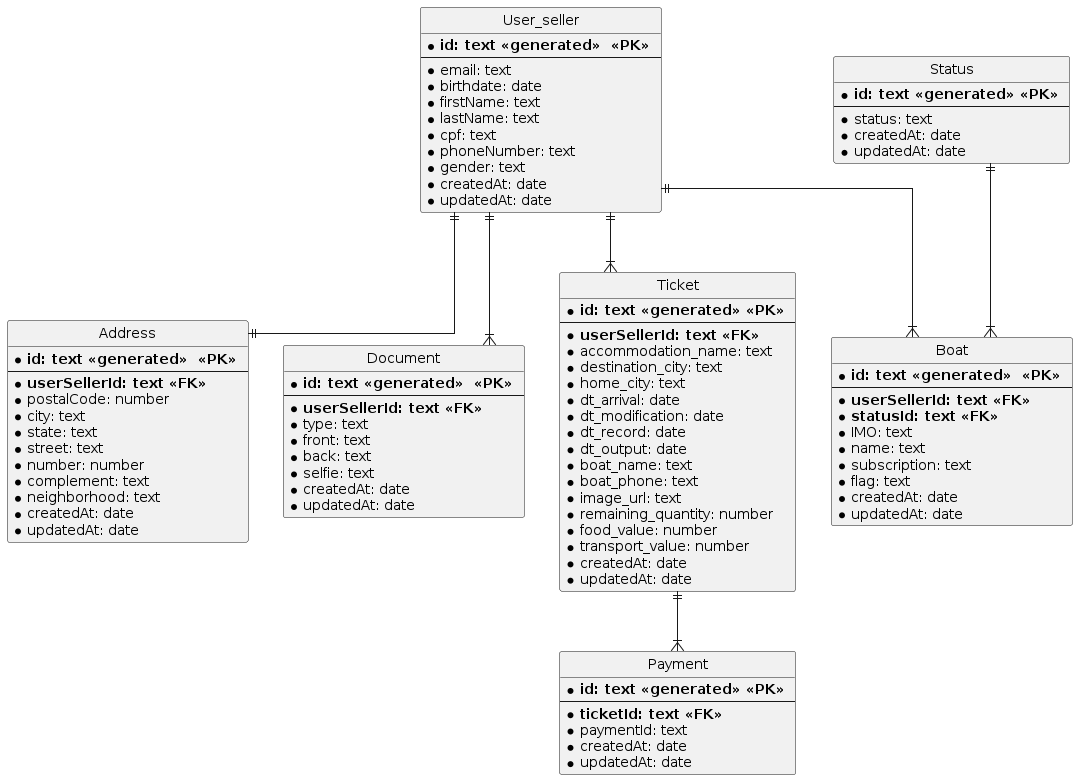
Earlier version of the PlantUML export docs/MER-diagram/unknow-ER.png (LucianoAjs/ticketsam).
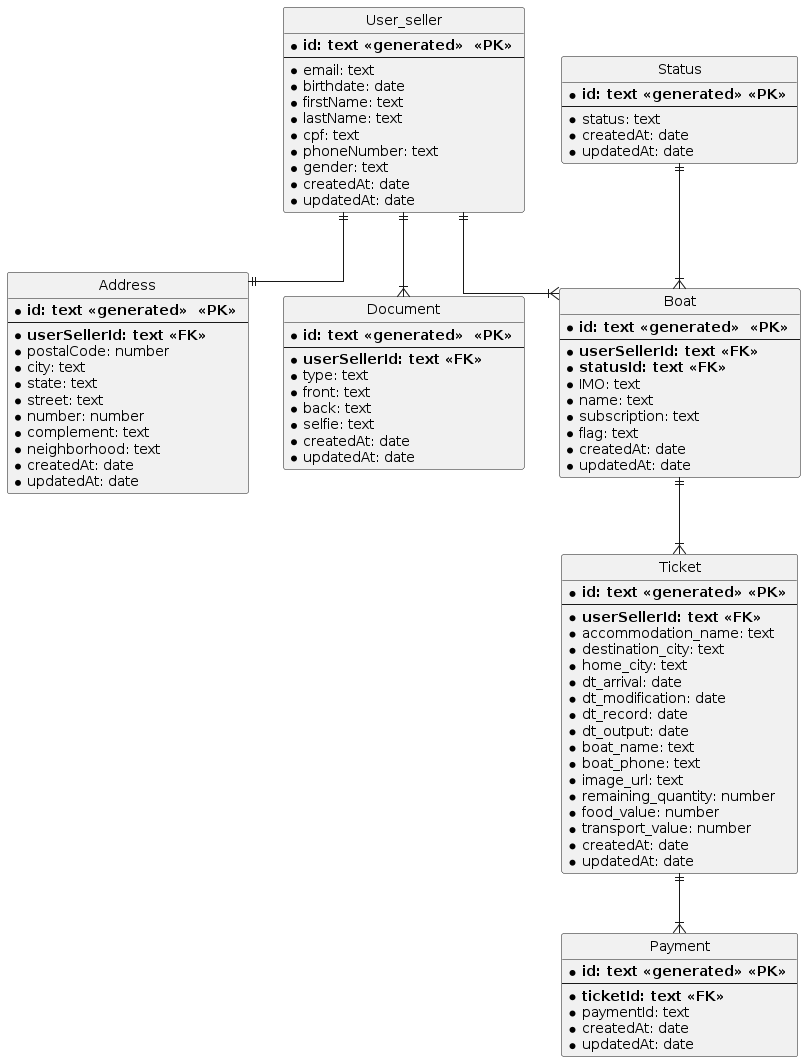
The same file after the commit.

Change to the diagram source:
```diff
@@ -99,8 +99,8 @@
 
 userSeller ||--|| address
 userSeller ||--|{ boat
-userSeller ||--|{ ticket
 userSeller ||--|{ document
+boat ||--|{ ticket
 ticket ||--|{ payment
 status ||--|{ boat
 
```
